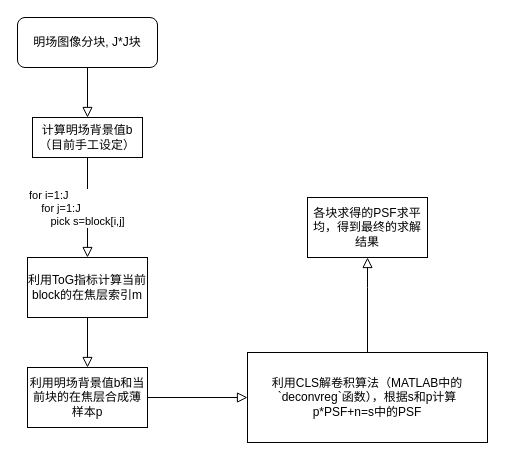
Earlier version of the draw.io diagram Bright_field_PSF_probe.drawio (Chaos1025/DiagramRep). Source tidied: cells renumbered, new cells numbered last; positions are measured from the earlier drawing's top-left corner, leaving out a move shared by most shapes. Both pictures are drawn from the tidied source at 100%, with x=0, y=0 at pixel (17, 17).
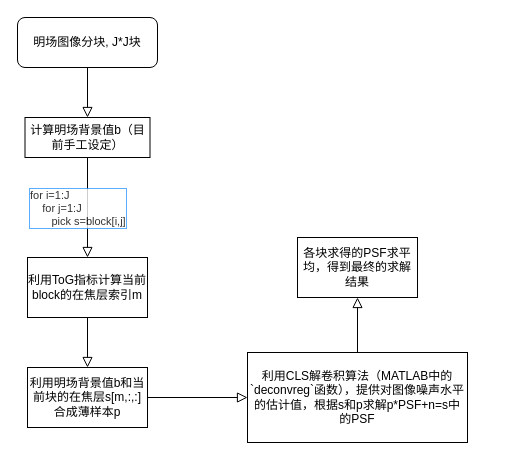
Above is the later version.

The edit, as a diff of the source:
```diff
@@
 <mxGraphModel>
   <root>
     <mxCell id="0" />
     <mxCell id="1" parent="0" />
     <mxCell id="2" style="rounded=0;html=1;jettySize=auto;fontSize=11;endArrow=block;endFill=0;endSize=8;strokeWidth=1;shadow=0;labelBackgroundColor=none;edgeStyle=orthogonalEdgeStyle;entryX=0.5;entryY=0;entryDx=0;entryDy=0;exitX=0.5;exitY=1;exitDx=0;exitDy=0;" parent="1" edge="1" source="8" target="7">
       <mxGeometry relative="1" as="geometry" />
     </mxCell>
-    <mxCell id="3" value="for i=1:J&lt;div&gt;&amp;nbsp; &amp;nbsp; for j=1:J&lt;/div&gt;&lt;div&gt;&amp;nbsp; &amp;nbsp; &amp;nbsp; &amp;nbsp;pick s=block[i,j]&lt;/div&gt;" style="edgeLabel;html=1;align=left;verticalAlign=middle;" parent="2" vertex="1">
+    <mxCell id="3" value="for i=1:J&lt;div&gt;&amp;nbsp; &amp;nbsp; for j=1:J&lt;/div&gt;&lt;div&gt;&amp;nbsp; &amp;nbsp; &amp;nbsp; &amp;nbsp;pick s=block[i,j]&lt;/div&gt;" style="edgeLabel;html=1;align=left;verticalAlign=middle;labelBorderColor=#3399FF;textShadow=0;textOpacity=80;" parent="2" vertex="1">
       <mxGeometry x="-0.15" y="-3" relative="1" as="geometry">
         <mxPoint x="-57" y="7" as="offset" />
       </mxGeometry>
     </mxCell>
     <mxCell id="4" style="edgeStyle=orthogonalEdgeStyle;rounded=0;jettySize=auto;html=1;endArrow=block;endFill=0;endSize=8;" parent="1" edge="1" source="5" target="8">
       <mxGeometry relative="1" as="geometry" />
     </mxCell>
     <mxCell id="5" value="明场图像分块, J*J块" style="rounded=1;whiteSpace=wrap;html=1;fontSize=12;glass=0;strokeWidth=1;shadow=0;" parent="1" vertex="1">
       <mxGeometry width="140" height="50" as="geometry" />
     </mxCell>
     <mxCell id="6" style="edgeStyle=orthogonalEdgeStyle;rounded=0;jettySize=auto;html=1;endSize=8;endArrow=block;endFill=0;" parent="1" edge="1" source="7" target="10">
       <mxGeometry relative="1" as="geometry" />
     </mxCell>
     <mxCell id="7" value="利用ToG指标计算当前block的在焦层索引m" style="rounded=0;whiteSpace=wrap;html=1;" parent="1" vertex="1">
       <mxGeometry x="10" y="240" width="120" height="60" as="geometry" />
     </mxCell>
     <mxCell id="8" value="计算明场背景值b（目前手工设定）" style="rounded=0;whiteSpace=wrap;html=1;" parent="1" vertex="1">
-      <mxGeometry x="15" y="100" width="110" height="40" as="geometry" />
+      <mxGeometry x="7.5" y="100" width="125" height="40" as="geometry" />
     </mxCell>
     <mxCell id="9" style="edgeStyle=orthogonalEdgeStyle;rounded=0;jettySize=auto;html=1;endSize=8;endArrow=block;endFill=0;" parent="1" edge="1" source="10" target="12">
       <mxGeometry relative="1" as="geometry" />
     </mxCell>
-    <mxCell id="10" value="利用明场背景值b和当前块的在焦层合成薄样本p" style="rounded=0;whiteSpace=wrap;html=1;" parent="1" vertex="1">
+    <mxCell id="10" value="利用明场背景值b和当前块的在焦层s[m,:,:]合成薄样本p" style="rounded=0;whiteSpace=wrap;html=1;" parent="1" vertex="1">
       <mxGeometry x="10" y="350" width="120" height="60" as="geometry" />
     </mxCell>
     <mxCell id="11" style="edgeStyle=orthogonalEdgeStyle;rounded=0;jettySize=auto;html=1;endSize=8;endArrow=block;endFill=0;" parent="1" edge="1" source="12" target="13">
       <mxGeometry relative="1" as="geometry">
         <Array as="points">
           <mxPoint x="350" y="270" />
           <mxPoint x="350" y="270" />
         </Array>
       </mxGeometry>
     </mxCell>
-    <mxCell id="12" value="利用CLS解卷积算法（MATLAB中的`deconvreg`函数），根据s和p计算p*PSF+n=s中的PSF" style="rounded=0;whiteSpace=wrap;html=1;" parent="1" vertex="1">
-      <mxGeometry x="230" y="335" width="240" height="90" as="geometry" />
+    <mxCell id="12" value="利用CLS解卷积算法（MATLAB中的`deconvreg`函数），提供对图像噪声水平的估计值，根据s和p求解p*PSF+n=s中的PSF" style="rounded=0;whiteSpace=wrap;html=1;" parent="1" vertex="1">
+      <mxGeometry x="230" y="335" width="220" height="90" as="geometry" />
     </mxCell>
     <mxCell id="13" value="各块求得的PSF求平均，得到最终的求解结果" style="rounded=0;whiteSpace=wrap;html=1;" parent="1" vertex="1">
-      <mxGeometry x="290" y="180" width="120" height="60" as="geometry" />
+      <mxGeometry x="280" y="220" width="120" height="60" as="geometry" />
     </mxCell>
   </root>
 </mxGraphModel>
```
